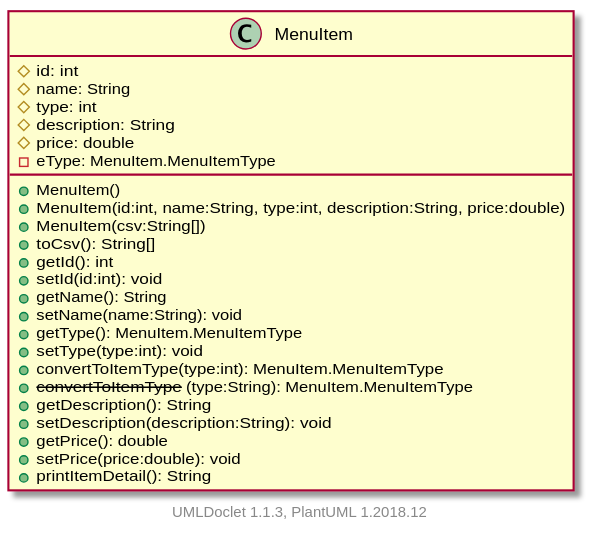
Earlier version of the PlantUML export projects/oodp/html/umlversion/uml/sg.edu.ntu.scse.cz2002.objects.menuitem.MenuItem.svg (itachi1706/How-to-use-Git-NTUSCSE1819-Site).
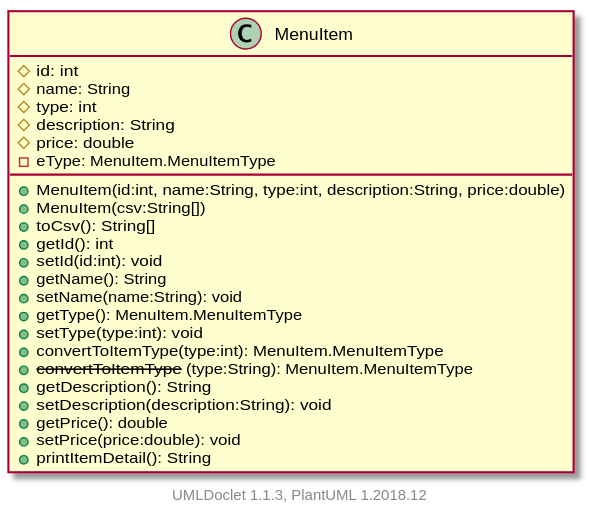
After the change.

The edit, as a diff of the source:
```diff
@@ -7,7 +7,6 @@
         #description: String
         #price: double
         -eType: MenuItem.MenuItemType
-        +MenuItem()
         +MenuItem(id:int, name:String, type:int, description:String, price:double)
         +MenuItem(csv:String[])
         +toCsv(): String[]
```
